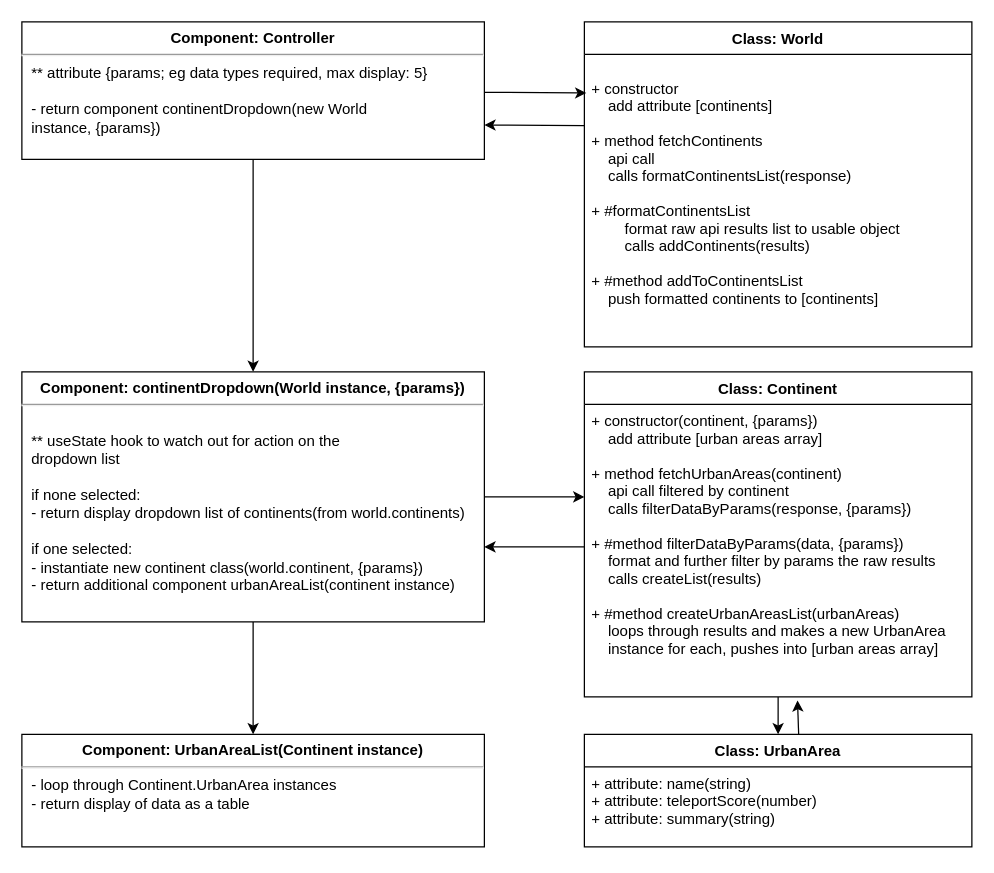
The draw.io diagram AppDesign.drawio in robin277t/teleport-ranking, before the edit. Source tidied: cells renumbered, new cells numbered last; positions are measured from the earlier drawing's top-left corner, leaving out a move shared by most shapes. Both pictures are drawn from the tidied source at 125%, with x=0, y=0 at pixel (21, 21).
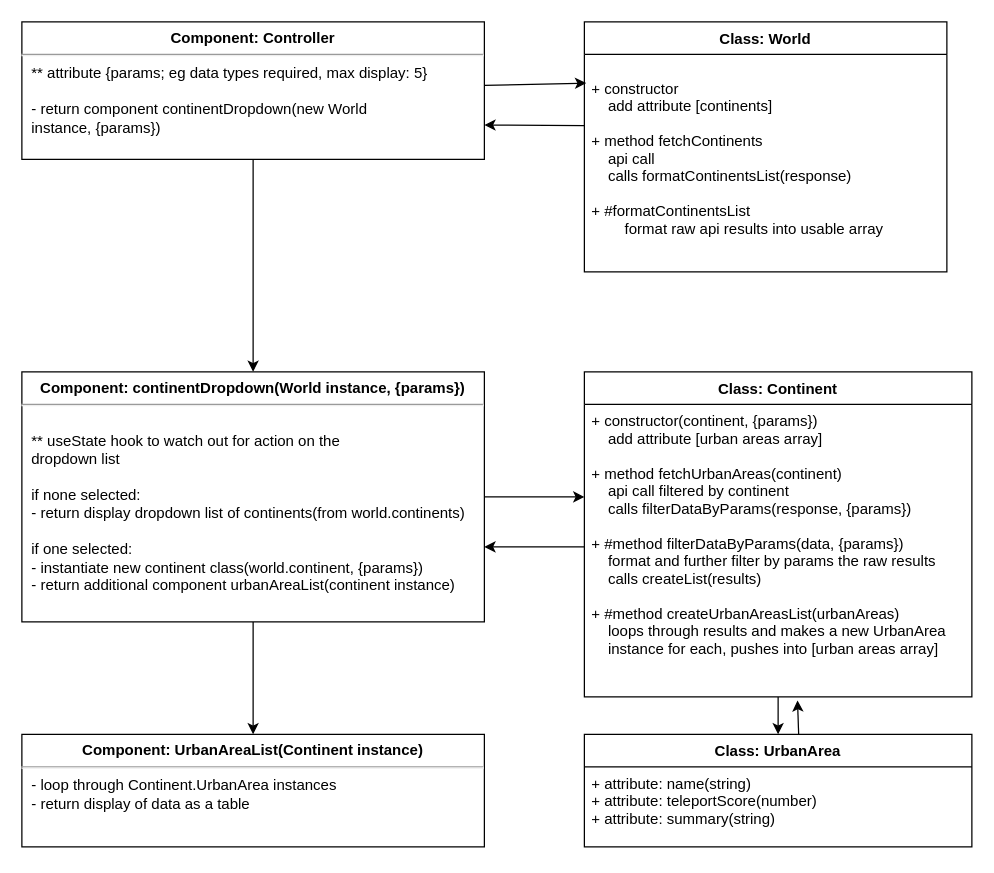
Above is the later version.

The edit, as a diff of the source:
```diff
@@
     <mxCell id="13" value="Class: World" style="swimlane;fontStyle=1;align=center;verticalAlign=top;horizontal=1;startSize=26;" parent="1" vertex="1">
-      <mxGeometry x="450" width="310" height="260" as="geometry" />
+      <mxGeometry x="450" width="290" height="200" as="geometry" />
     </mxCell>
-    <mxCell id="14" value="&#10;+ constructor &#10;    add attribute [continents]&#10;&#10;+ method fetchContinents&#10;    api call&#10;    calls formatContinentsList(response)&#10;&#10;+ #formatContinentsList&#10;        format raw api results list to usable object&#10;        calls addContinents(results)&#10;&#10;+ #method addToContinentsList&#10;    push formatted continents to [continents]&#10;" style="text;strokeColor=none;fillColor=none;align=left;verticalAlign=top;spacingLeft=4;spacingRight=4;overflow=hidden;points=[[0,0.5],[1,0.5]];portConstraint=eastwest;" parent="13" vertex="1">
-      <mxGeometry y="26" width="310" height="234" as="geometry" />
+    <mxCell id="14" value="&#10;+ constructor &#10;    add attribute [continents]&#10;&#10;+ method fetchContinents&#10;    api call&#10;    calls formatContinentsList(response)&#10;&#10;+ #formatContinentsList&#10;        format raw api results into usable array&#10;" style="text;strokeColor=none;fillColor=none;align=left;verticalAlign=top;spacingLeft=4;spacingRight=4;overflow=hidden;points=[[0,0.5],[1,0.5]];portConstraint=eastwest;" parent="13" vertex="1">
+      <mxGeometry y="26" width="290" height="174" as="geometry" />
     </mxCell>
```
